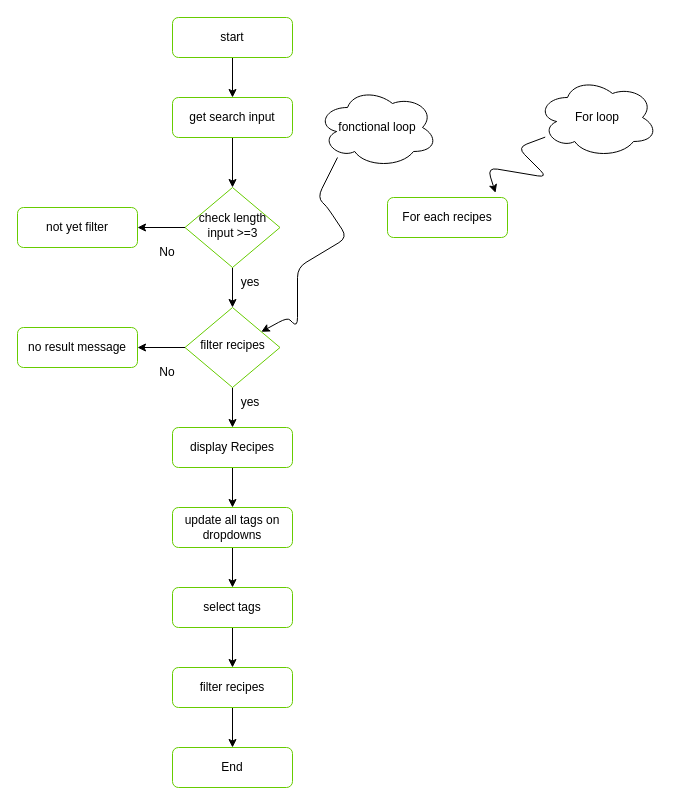
The draw.io diagram test.drawio in chaaladhif/les-petits-plats-new, before the edit. Source tidied: cells renumbered, new cells numbered last; positions are measured from the earlier drawing's top-left corner, leaving out a move shared by most shapes. Both pictures are drawn from the tidied source at 100%, with x=0, y=0 at pixel (17, 17).
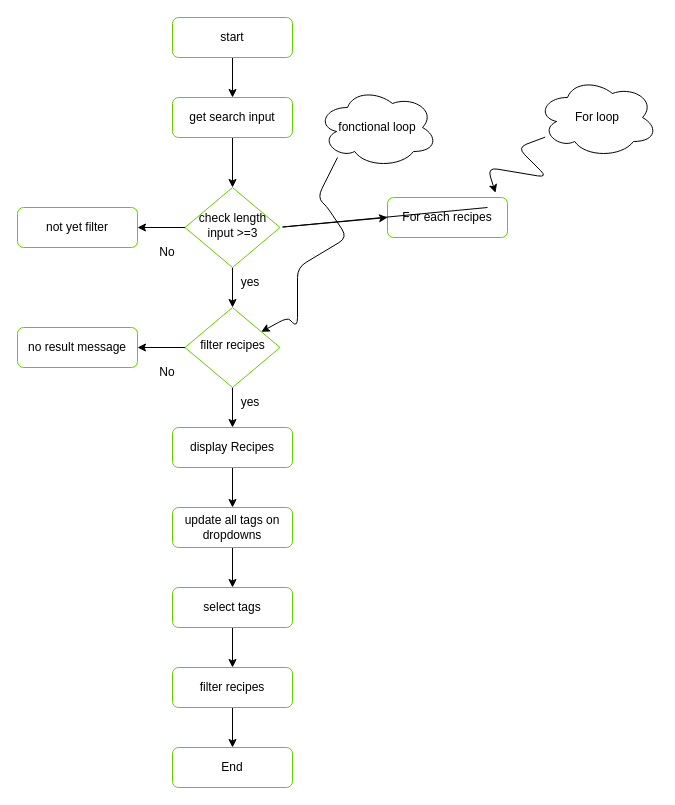
The same page after the edit.

Unchanged cells that the change refers to:
```xml
<mxCell id="27" value="For each recipes" style="rounded=1;whiteSpace=wrap;html=1;fontSize=12;glass=0;strokeWidth=1;shadow=0;strokeColor=#66CC00;" parent="1" vertex="1">
  <mxGeometry x="370" y="180" width="120" height="40" as="geometry" />
</mxCell>
```

Diff of the diagram source:
```diff
@@
+    <mxCell id="32" style="edgeStyle=none;jettySize=auto;html=1;entryX=0;entryY=0.5;entryDx=0;entryDy=0;" parent="1" edge="1" target="27">
+      <mxGeometry relative="1" as="geometry">
+        <mxPoint x="470" y="190" as="sourcePoint" />
+        <Array as="points">
+          <mxPoint x="260" y="210" />
+        </Array>
+      </mxGeometry>
+    </mxCell>
```
